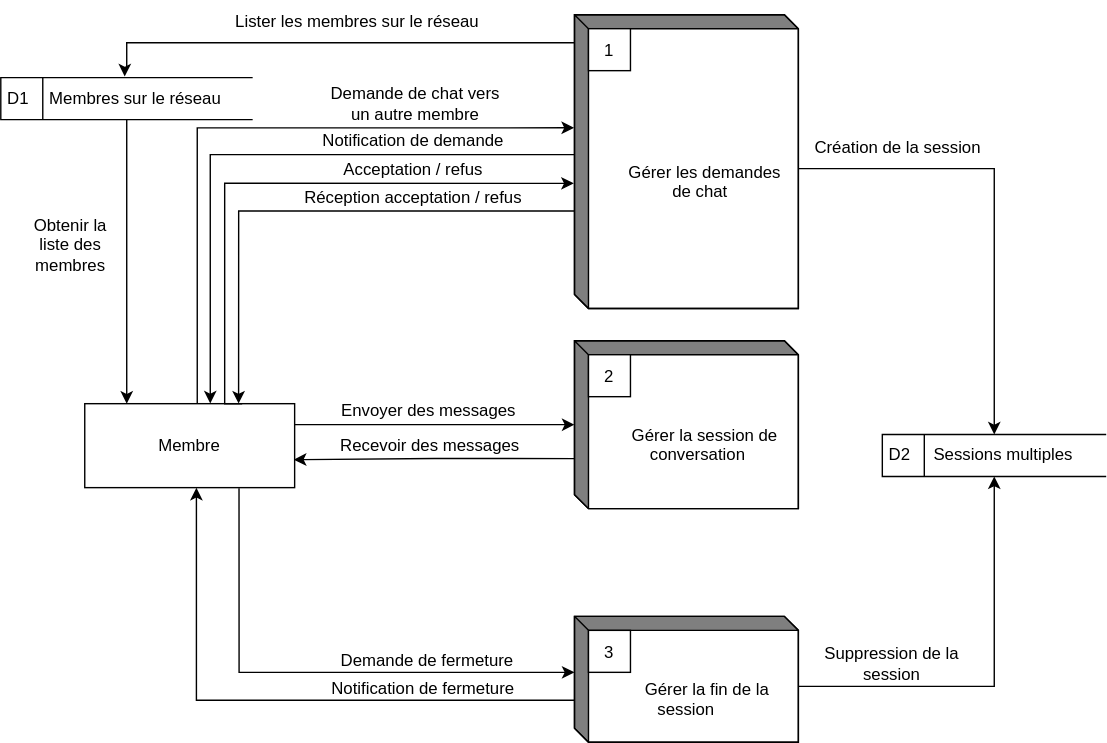
This is docs/dfd.svg from samuelroland/poneytoponey, a draw.io export, as it was before one commit. Source tidied: cells renumbered, new cells last; positions are measured from the earlier drawing's top-left corner, leaving out a move shared by most shapes.
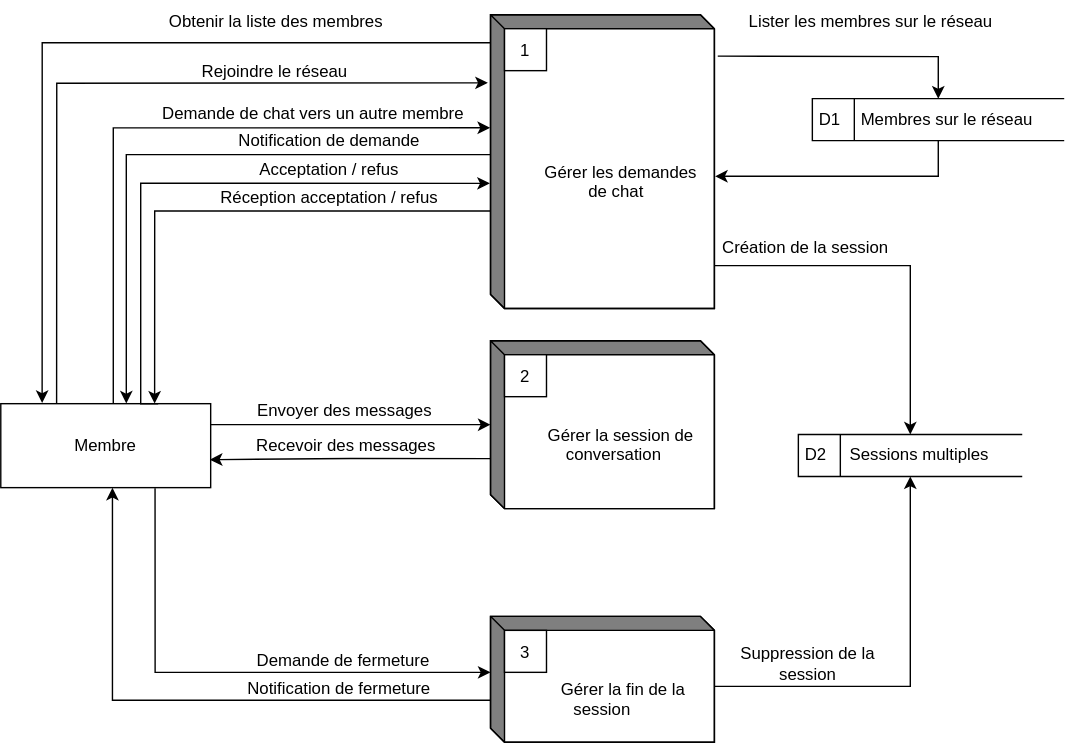
After the change.

Commit message:
dfd corrected

What changed in the source:
```diff
@@ -2,15 +2,14 @@
   <root>
     <mxCell id="0" />
     <mxCell id="1" parent="0" />
-    <mxCell id="2" style="edgeStyle=orthogonalEdgeStyle;rounded=0;jettySize=auto;html=1;exitX=0;exitY=0;exitDx=0;exitDy=20;exitPerimeter=0;entryX=0.492;entryY=-0.029;entryDx=0;entryDy=0;entryPerimeter=0;" parent="1" edge="1" source="4" target="14">
+    <mxCell id="2" style="edgeStyle=orthogonalEdgeStyle;rounded=0;jettySize=auto;html=1;exitX=0;exitY=0;exitDx=0;exitDy=20;exitPerimeter=0;entryX=0.197;entryY=-0.008;entryDx=0;entryDy=0;entryPerimeter=0;" parent="1" edge="1" source="4" target="16">
       <mxGeometry relative="1" as="geometry">
         <Array as="points">
           <mxPoint x="90" y="30" />
-          <mxPoint x="90" y="49" />
         </Array>
       </mxGeometry>
     </mxCell>
-    <mxCell id="3" style="edgeStyle=orthogonalEdgeStyle;rounded=0;jettySize=auto;html=1;exitX=0;exitY=0;exitDx=160;exitDy=110;exitPerimeter=0;" parent="1" edge="1" source="4" target="17">
+    <mxCell id="3" style="edgeStyle=orthogonalEdgeStyle;rounded=0;jettySize=auto;html=1;exitX=1.002;exitY=0.854;exitDx=0;exitDy=0;exitPerimeter=0;" parent="1" edge="1" source="4" target="17">
       <mxGeometry relative="1" as="geometry" />
     </mxCell>
     <mxCell id="4" value="&lt;div&gt;&lt;br&gt;&lt;/div&gt;&lt;div&gt;&lt;br&gt;&lt;/div&gt;&lt;div&gt;&amp;nbsp; &amp;nbsp; &amp;nbsp; &amp;nbsp; &amp;nbsp;Gérer les demandes&amp;nbsp;&lt;/div&gt;&lt;div&gt;&amp;nbsp; &amp;nbsp; &amp;nbsp; de chat&lt;/div&gt;" style="html=1;dashed=0;whiteSpace=wrap;shape=mxgraph.dfd.externalEntity;" parent="1" vertex="1">
@@ -46,16 +45,16 @@
         <mxPoint x="10" y="10" as="offset" />
       </mxGeometry>
     </mxCell>
-    <mxCell id="13" style="edgeStyle=orthogonalEdgeStyle;rounded=0;jettySize=auto;html=1;exitX=0.5;exitY=1;exitDx=0;exitDy=0;" parent="1" edge="1" source="14" target="16">
+    <mxCell id="13" style="edgeStyle=orthogonalEdgeStyle;rounded=0;jettySize=auto;html=1;exitX=0.5;exitY=1;exitDx=0;exitDy=0;entryX=1.003;entryY=0.55;entryDx=0;entryDy=0;entryPerimeter=0;" parent="1" edge="1" source="14" target="4">
       <mxGeometry relative="1" as="geometry">
         <Array as="points">
-          <mxPoint x="90" y="220" />
-          <mxPoint x="90" y="220" />
+          <mxPoint x="730" y="126" />
+          <mxPoint x="571" y="126" />
         </Array>
       </mxGeometry>
     </mxCell>
     <mxCell id="14" value="D1&lt;span style=&quot;white-space: pre;&quot;&gt;&#9; Membres sur le réseau&lt;/span&gt;" style="html=1;dashed=0;whiteSpace=wrap;shape=mxgraph.dfd.dataStoreID;align=left;spacingLeft=3;points=[[0,0],[0.5,0],[1,0],[0,0.5],[1,0.5],[0,1],[0.5,1],[1,1]];" parent="1" vertex="1">
-      <mxGeometry y="55" width="180" height="30" as="geometry" />
+      <mxGeometry x="640" y="70" width="180" height="30" as="geometry" />
     </mxCell>
     <mxCell id="15" style="edgeStyle=orthogonalEdgeStyle;rounded=0;jettySize=auto;html=1;exitX=1;exitY=0.25;exitDx=0;exitDy=0;" parent="1" edge="1" source="16" target="7">
       <mxGeometry relative="1" as="geometry" />
@@ -67,10 +66,10 @@
       <mxGeometry x="630" y="310" width="160" height="30" as="geometry" />
     </mxCell>
     <mxCell id="18" value="Lister les membres sur le réseau" style="text;html=1;whiteSpace=wrap;strokeColor=none;fillColor=none;align=center;verticalAlign=middle;rounded=0;" parent="1" vertex="1">
-      <mxGeometry x="160" width="190" height="30" as="geometry" />
+      <mxGeometry x="587" width="190" height="30" as="geometry" />
     </mxCell>
     <mxCell id="19" value="Obtenir la liste des membres" style="text;html=1;whiteSpace=wrap;strokeColor=none;fillColor=none;align=center;verticalAlign=middle;rounded=0;" parent="1" vertex="1">
-      <mxGeometry x="20" y="160" width="60" height="30" as="geometry" />
+      <mxGeometry x="132" width="250" height="30" as="geometry" />
     </mxCell>
     <mxCell id="20" style="edgeStyle=orthogonalEdgeStyle;rounded=0;jettySize=auto;html=1;exitX=0.536;exitY=-0.001;exitDx=0;exitDy=0;entryX=-0.002;entryY=0.385;entryDx=0;entryDy=0;entryPerimeter=0;exitPerimeter=0;" parent="1" edge="1" source="16" target="4">
       <mxGeometry relative="1" as="geometry">
@@ -80,7 +79,7 @@
       </mxGeometry>
     </mxCell>
     <mxCell id="21" value="Demande de chat vers un autre membre" style="text;html=1;whiteSpace=wrap;strokeColor=none;fillColor=none;align=center;verticalAlign=middle;rounded=0;" parent="1" vertex="1">
-      <mxGeometry x="234" y="59" width="125" height="30" as="geometry" />
+      <mxGeometry x="174" y="66" width="219" height="30" as="geometry" />
     </mxCell>
     <mxCell id="22" style="edgeStyle=orthogonalEdgeStyle;rounded=0;jettySize=auto;html=1;exitX=0;exitY=0;exitDx=0;exitDy=100;exitPerimeter=0;entryX=0.598;entryY=-0.003;entryDx=0;entryDy=0;entryPerimeter=0;" parent="1" edge="1" source="4" target="16">
       <mxGeometry relative="1" as="geometry" />
@@ -107,7 +106,7 @@
       <mxGeometry x="190" y="126" width="210" height="30" as="geometry" />
     </mxCell>
     <mxCell id="28" value="Création de la session&amp;nbsp;" style="text;html=1;whiteSpace=wrap;strokeColor=none;fillColor=none;align=center;verticalAlign=middle;rounded=0;" parent="1" vertex="1">
-      <mxGeometry x="578" y="90" width="130" height="30" as="geometry" />
+      <mxGeometry x="572" y="162" width="130" height="30" as="geometry" />
     </mxCell>
     <mxCell id="29" value="Envoyer des messages" style="text;html=1;whiteSpace=wrap;strokeColor=none;fillColor=none;align=center;verticalAlign=middle;rounded=0;" parent="1" vertex="1">
       <mxGeometry x="231" y="278" width="150" height="30" as="geometry" />
@@ -127,5 +126,23 @@
     <mxCell id="34" value="Suppression de la session" style="text;html=1;whiteSpace=wrap;strokeColor=none;fillColor=none;align=center;verticalAlign=middle;rounded=0;" parent="1" vertex="1">
       <mxGeometry x="587" y="459" width="100" height="30" as="geometry" />
     </mxCell>
+    <mxCell id="35" style="endArrow=classic;html=1;rounded=0;exitX=1.015;exitY=0.141;exitDx=0;exitDy=0;exitPerimeter=0;entryX=0.5;entryY=0;entryDx=0;entryDy=0;" parent="1" edge="1" source="4" target="14">
+      <mxGeometry relative="1" as="geometry">
+        <Array as="points">
+          <mxPoint x="730" y="40" />
+        </Array>
+      </mxGeometry>
+    </mxCell>
+    <mxCell id="36" style="endArrow=classic;html=1;rounded=0;entryX=-0.012;entryY=0.189;entryDx=0;entryDy=0;entryPerimeter=0;exitX=0.266;exitY=0.005;exitDx=0;exitDy=0;exitPerimeter=0;" parent="1" edge="1" source="16">
+      <mxGeometry relative="1" as="geometry">
+        <mxPoint x="408.1" y="58.7" as="targetPoint" />
+        <Array as="points">
+          <mxPoint x="100" y="59" />
+        </Array>
+      </mxGeometry>
+    </mxCell>
+    <mxCell id="37" value="Rejoindre le réseau" style="text;html=1;whiteSpace=wrap;strokeColor=none;fillColor=none;align=center;verticalAlign=middle;rounded=0;" parent="1" vertex="1">
+      <mxGeometry x="131" y="36" width="250" height="30" as="geometry" />
+    </mxCell>
   </root>
 </mxGraphModel>
```
